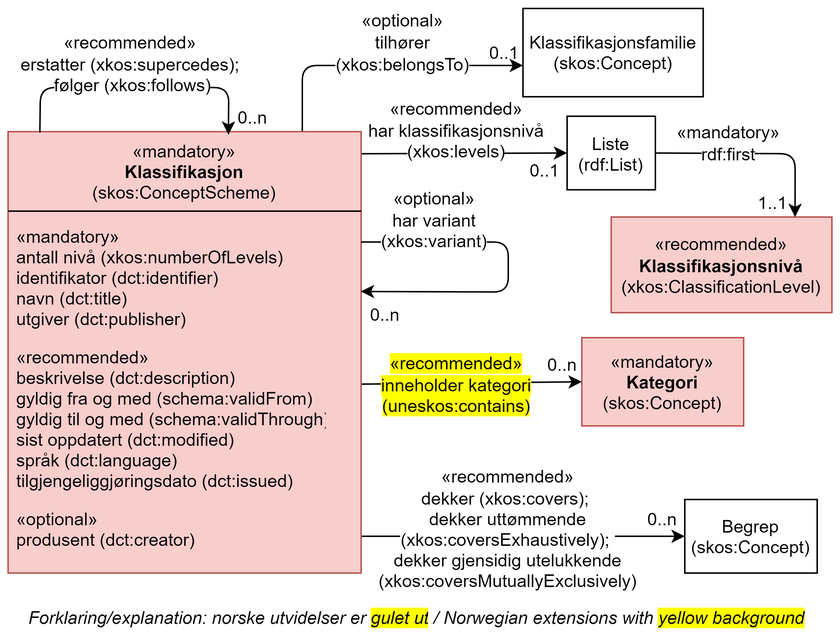
Before: docs/images/KlassenKlassifikasjon.png, a diagram exported from draw.io (Informasjonsforvaltning/xkos-ap-no). Source tidied: cells renumbered, new cells last; positions are measured from the earlier drawing's top-left corner, leaving out a move shared by most shapes.
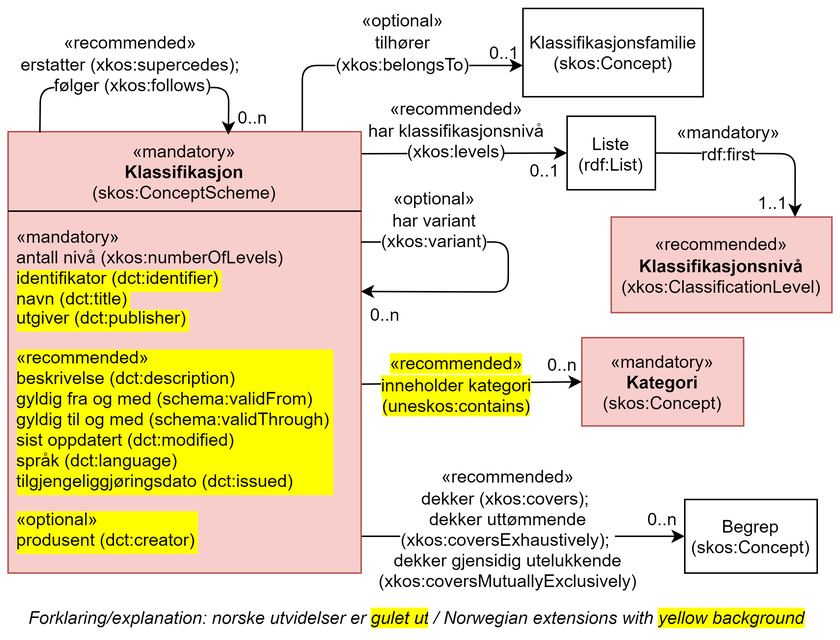
After the change.

Change to the diagram source:
```diff
@@ -91,13 +91,10 @@
     <mxCell id="26" style="line;strokeWidth=1;fillColor=none;align=left;verticalAlign=middle;spacingTop=-1;spacingLeft=3;spacingRight=3;labelPosition=right;fontFamily=Helvetica;fontSize=12;" parent="24" vertex="1">
       <mxGeometry y="50" width="240" height="8" as="geometry" />
     </mxCell>
-    <mxCell id="27" value="«mandatory»&#10;antall nivå (xkos:numberOfLevels)&#10;identifikator (dct:identifier)&#10;navn (dct:title)&#10;utgiver (dct:publisher)&#10;" style="text;strokeColor=none;fillColor=none;align=left;verticalAlign=top;spacingLeft=4;spacingRight=4;overflow=hidden;fontFamily=Helvetica;fontSize=12;" parent="24" vertex="1">
-      <mxGeometry y="58" width="210" height="82" as="geometry" />
+    <mxCell id="27" value="«mandatory»&#10;antall nivå (xkos:numberOfLevels)" style="text;strokeColor=none;fillColor=none;align=left;verticalAlign=top;spacingLeft=4;spacingRight=4;overflow=hidden;fontFamily=Helvetica;fontSize=12;" parent="24" vertex="1">
+      <mxGeometry y="58" width="210" height="42" as="geometry" />
     </mxCell>
-    <mxCell id="28" value="«recommended»&#10;beskrivelse (dct:description)&#10;gyldig fra og med (schema:validFrom)&#10;gyldig til og med (schema:validThrough)&#10;sist oppdatert (dct:modified)&#10;språk (dct:language)&#10;tilgjengeliggjøringsdato (dct:issued)" style="text;strokeColor=none;fillColor=none;align=left;verticalAlign=top;spacingLeft=4;spacingRight=4;overflow=hidden;fontFamily=Helvetica;fontSize=12;" parent="24" vertex="1">
-      <mxGeometry y="140" width="220" height="110" as="geometry" />
-    </mxCell>
-    <mxCell id="29" value="«optional»&#10;produsent (dct:creator)&#10;" style="text;strokeColor=none;fillColor=none;align=left;verticalAlign=top;spacingLeft=4;spacingRight=4;overflow=hidden;fontFamily=Helvetica;fontSize=12;" parent="24" vertex="1">
+    <mxCell id="29" value="«optional»&#10;produsent (dct:creator)" style="text;strokeColor=none;fillColor=none;align=left;verticalAlign=top;spacingLeft=4;spacingRight=4;overflow=hidden;fontFamily=Helvetica;fontSize=12;labelBackgroundColor=#FFFF00;" parent="24" vertex="1">
       <mxGeometry y="250" width="190" height="40" as="geometry" />
     </mxCell>
     <mxCell id="30" style="endArrow=classic;html=1;fontFamily=Helvetica;fontSize=12;exitX=1;exitY=0.25;exitDx=0;exitDy=0;entryX=0.999;entryY=0.362;entryDx=0;entryDy=0;entryPerimeter=0;" parent="24" edge="1" source="25" target="25">
@@ -116,6 +113,12 @@
         </Array>
       </mxGeometry>
     </mxCell>
+    <mxCell id="35" value="navn (dct:title)" style="text;strokeColor=none;fillColor=none;align=left;verticalAlign=top;spacingLeft=4;spacingRight=4;overflow=hidden;labelBackgroundColor=#FFFF00;" parent="24" vertex="1">
+      <mxGeometry y="100" width="150" height="24" as="geometry" />
+    </mxCell>
+    <mxCell id="36" value="identifikator (dct:identifier)" style="text;strokeColor=none;fillColor=none;align=left;verticalAlign=top;spacingLeft=4;spacingRight=4;overflow=hidden;labelBackgroundColor=#FFFF00;" parent="24" vertex="1">
+      <mxGeometry y="86" width="150" height="24" as="geometry" />
+    </mxCell>
     <mxCell id="32" value="&lt;span style=&quot;background-color: rgb(255, 255, 255); font-size: 12px;&quot;&gt;&lt;span style=&quot;font-size: 12px; line-height: 15.6933px;&quot;&gt;«optional&lt;/span&gt;&lt;span style=&quot;font-size: 12px; line-height: 15.6933px;&quot;&gt;»&lt;br style=&quot;font-size: 12px;&quot;&gt;&lt;/span&gt;har variant (xkos:variant)&lt;/span&gt;" style="text;html=1;strokeColor=none;fillColor=none;align=center;verticalAlign=middle;whiteSpace=wrap;rounded=0;fontFamily=Helvetica;fontSize=12;" parent="1" vertex="1">
       <mxGeometry x="255" y="128.5" width="70" height="30" as="geometry" />
     </mxCell>
@@ -125,5 +128,11 @@
     <mxCell id="34" value="&lt;span style=&quot;background-color: rgb(255 , 255 , 255) ; font-size: 12px&quot;&gt;&lt;span style=&quot;font-size: 12px ; line-height: 15.6933px&quot;&gt;«recommended&lt;/span&gt;&lt;span style=&quot;font-size: 12px ; line-height: 15.6933px&quot;&gt;»&amp;nbsp;&lt;br style=&quot;font-size: 12px&quot;&gt;&lt;/span&gt;erstatter (xkos:supercedes);&amp;nbsp;&lt;br&gt;&lt;/span&gt;&lt;span style=&quot;background-color: rgb(255 , 255 , 255)&quot;&gt;følger (xkos:follows)&lt;/span&gt;&lt;span style=&quot;background-color: rgb(255 , 255 , 255) ; font-size: 12px&quot;&gt;&lt;br&gt;&lt;/span&gt;" style="text;html=1;strokeColor=none;fillColor=none;align=center;verticalAlign=middle;whiteSpace=wrap;rounded=0;fontFamily=Helvetica;fontSize=12;" parent="1" vertex="1">
       <mxGeometry y="20.2" width="170" height="35" as="geometry" />
     </mxCell>
+    <mxCell id="37" value="utgiver (dct:publisher)" style="text;strokeColor=none;fillColor=none;align=left;verticalAlign=top;spacingLeft=4;spacingRight=4;overflow=hidden;labelBackgroundColor=#FFFF00;" parent="1" vertex="1">
+      <mxGeometry y="197" width="150" height="30" as="geometry" />
+    </mxCell>
+    <mxCell id="28" value="«recommended»&#10;beskrivelse (dct:description)&#10;gyldig fra og med (schema:validFrom)&#10;gyldig til og med (schema:validThrough)&#10;sist oppdatert (dct:modified)&#10;språk (dct:language)&#10;tilgjengeliggjøringsdato (dct:issued)" style="text;strokeColor=none;fillColor=none;align=left;verticalAlign=top;spacingLeft=4;spacingRight=4;overflow=hidden;fontFamily=Helvetica;fontSize=12;labelBackgroundColor=#FFFF00;" parent="1" vertex="1">
+      <mxGeometry y="224" width="230" height="110" as="geometry" />
+    </mxCell>
   </root>
 </mxGraphModel>
```
